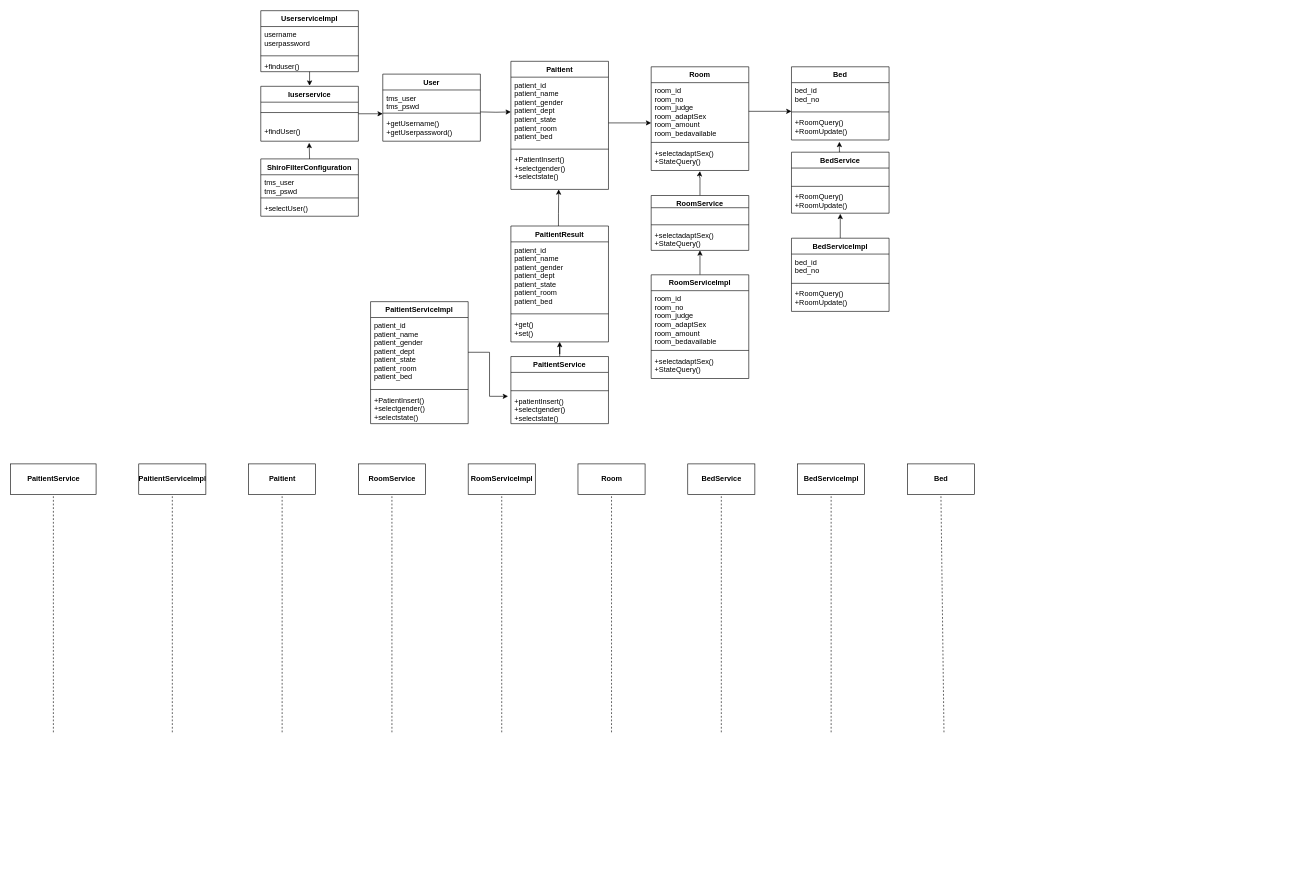
Above: 未命名绘图.drawio in 13545130425/CosmeticsSales (draw.io), before the change. Source tidied: cells renumbered, new cells numbered last; positions are measured from the earlier drawing's top-left corner, leaving out a move shared by most shapes. Both pictures are drawn from the tidied source at 61%, with x=0, y=0 at pixel (10, 10).
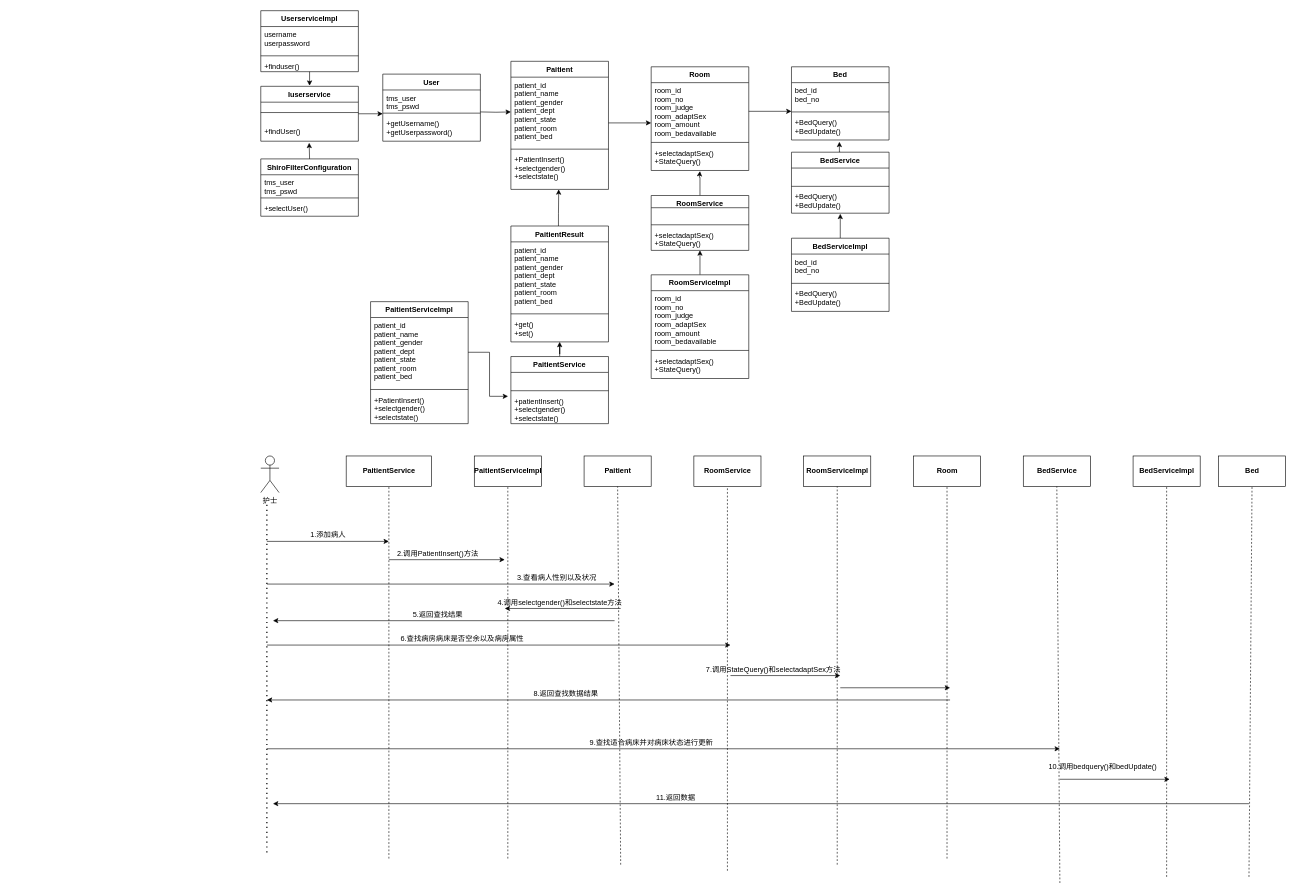
The same diagram, later.

Commit message:
更新未命名绘图.drawio

Unchanged cells that the change refers to:
```xml
<mxCell id="54" value="Bed" style="swimlane;fontStyle=1;align=center;verticalAlign=top;horizontal=1;startSize=26;" parent="1" vertex="1">
  <mxGeometry x="1280" y="92" width="160" height="120" as="geometry" />
</mxCell>
<mxCell id="59" value="BedService" style="swimlane;fontStyle=1;align=center;verticalAlign=top;horizontal=1;startSize=26;" parent="1" vertex="1">
  <mxGeometry x="1280" y="232" width="160" height="100" as="geometry" />
</mxCell>
<mxCell id="64" value="BedServiceImpl" style="swimlane;fontStyle=1;align=center;verticalAlign=top;horizontal=1;startSize=26;" parent="1" vertex="1">
  <mxGeometry x="1280" y="373" width="160" height="120" as="geometry" />
</mxCell>
```

The edit, as a diff of the source:
```diff
@@
-    <mxCell id="57" value="+RoomQuery()&#10;+RoomUpdate()" style="text;strokeColor=none;fillColor=none;align=left;verticalAlign=top;spacingLeft=4;spacingRight=4;overflow=hidden;points=[[0,0.5],[1,0.5]];portConstraint=eastwest;" parent="54" vertex="1">
+    <mxCell id="57" value="+BedQuery()&#10;+BedUpdate()" style="text;strokeColor=none;fillColor=none;align=left;verticalAlign=top;spacingLeft=4;spacingRight=4;overflow=hidden;points=[[0,0.5],[1,0.5]];portConstraint=eastwest;" parent="54" vertex="1">
       <mxGeometry y="78" width="160" height="42" as="geometry" />
     </mxCell>
@@
-    <mxCell id="62" value="+RoomQuery()&#10;+RoomUpdate()" style="text;strokeColor=none;fillColor=none;align=left;verticalAlign=top;spacingLeft=4;spacingRight=4;overflow=hidden;points=[[0,0.5],[1,0.5]];portConstraint=eastwest;" parent="59" vertex="1">
+    <mxCell id="62" value="+BedQuery()&#10;+BedUpdate()" style="text;strokeColor=none;fillColor=none;align=left;verticalAlign=top;spacingLeft=4;spacingRight=4;overflow=hidden;points=[[0,0.5],[1,0.5]];portConstraint=eastwest;" parent="59" vertex="1">
       <mxGeometry y="60" width="160" height="40" as="geometry" />
     </mxCell>
@@
-    <mxCell id="67" value="+RoomQuery()&#10;+RoomUpdate()" style="text;strokeColor=none;fillColor=none;align=left;verticalAlign=top;spacingLeft=4;spacingRight=4;overflow=hidden;" parent="64" vertex="1">
+    <mxCell id="67" value="+BedQuery()&#10;+BedUpdate()" style="text;strokeColor=none;fillColor=none;align=left;verticalAlign=top;spacingLeft=4;spacingRight=4;overflow=hidden;" parent="64" vertex="1">
       <mxGeometry y="78" width="160" height="42" as="geometry" />
     </mxCell>
@@
     <mxCell id="70" value="&lt;span style=&quot;font-weight: 700;&quot;&gt;PaitientService&lt;/span&gt;" style="html=1;" parent="1" vertex="1">
-      <mxGeometry y="743" width="140" height="50" as="geometry" />
+      <mxGeometry x="550" y="730" width="140" height="50" as="geometry" />
     </mxCell>
     <mxCell id="71" value="&lt;span style=&quot;font-weight: 700;&quot;&gt;PaitientServiceImpl&lt;/span&gt;" style="html=1;" parent="1" vertex="1">
-      <mxGeometry x="210" y="743" width="110" height="50" as="geometry" />
+      <mxGeometry x="760" y="730" width="110" height="50" as="geometry" />
     </mxCell>
     <mxCell id="72" value="&lt;span style=&quot;font-weight: 700;&quot;&gt;Paitient&lt;/span&gt;" style="html=1;" parent="1" vertex="1">
-      <mxGeometry x="390" y="743" width="110" height="50" as="geometry" />
+      <mxGeometry x="940" y="730" width="110" height="50" as="geometry" />
     </mxCell>
     <mxCell id="73" value="&lt;span style=&quot;font-weight: 700;&quot;&gt;RoomService&lt;/span&gt;" style="html=1;" parent="1" vertex="1">
-      <mxGeometry x="570" y="743" width="110" height="50" as="geometry" />
+      <mxGeometry x="1120" y="730" width="110" height="50" as="geometry" />
     </mxCell>
     <mxCell id="74" value="&lt;span style=&quot;font-weight: 700;&quot;&gt;RoomServiceImpl&lt;/span&gt;" style="html=1;" parent="1" vertex="1">
-      <mxGeometry x="750" y="743" width="110" height="50" as="geometry" />
+      <mxGeometry x="1300" y="730" width="110" height="50" as="geometry" />
     </mxCell>
     <mxCell id="75" value="&lt;span style=&quot;font-weight: 700;&quot;&gt;Room&lt;/span&gt;" style="html=1;" parent="1" vertex="1">
-      <mxGeometry x="930" y="743" width="110" height="50" as="geometry" />
+      <mxGeometry x="1480" y="730" width="110" height="50" as="geometry" />
     </mxCell>
     <mxCell id="76" value="&lt;span style=&quot;font-weight: 700;&quot;&gt;BedService&lt;/span&gt;" style="html=1;" parent="1" vertex="1">
-      <mxGeometry x="1110" y="743" width="110" height="50" as="geometry" />
+      <mxGeometry x="1660" y="730" width="110" height="50" as="geometry" />
     </mxCell>
     <mxCell id="77" value="&lt;span style=&quot;font-weight: 700;&quot;&gt;BedServiceImpl&lt;/span&gt;" style="html=1;" parent="1" vertex="1">
-      <mxGeometry x="1290" y="743" width="110" height="50" as="geometry" />
+      <mxGeometry x="1840" y="730" width="110" height="50" as="geometry" />
     </mxCell>
     <mxCell id="78" value="&lt;span style=&quot;font-weight: 700;&quot;&gt;Bed&lt;/span&gt;" style="html=1;" parent="1" vertex="1">
-      <mxGeometry x="1470" y="743" width="110" height="50" as="geometry" />
+      <mxGeometry x="1980" y="730" width="110" height="50" as="geometry" />
     </mxCell>
     <mxCell id="79" style="endArrow=none;dashed=1;html=1;rounded=0;entryX=0.5;entryY=1;entryDx=0;entryDy=0;" parent="1" edge="1" target="70">
       <mxGeometry relative="1" as="geometry">
-        <mxPoint x="70" y="1183" as="sourcePoint" />
+        <mxPoint x="620" y="1390" as="sourcePoint" />
       </mxGeometry>
     </mxCell>
     <mxCell id="80" style="endArrow=none;dashed=1;html=1;rounded=0;entryX=0.5;entryY=1;entryDx=0;entryDy=0;" parent="1" edge="1" target="71">
       <mxGeometry relative="1" as="geometry">
-        <mxPoint x="265" y="1183" as="sourcePoint" />
+        <mxPoint x="815" y="1390" as="sourcePoint" />
       </mxGeometry>
     </mxCell>
     <mxCell id="81" style="endArrow=none;dashed=1;html=1;rounded=0;entryX=0.5;entryY=1;entryDx=0;entryDy=0;" parent="1" edge="1" target="72">
       <mxGeometry relative="1" as="geometry">
-        <mxPoint x="445" y="1183" as="sourcePoint" />
+        <mxPoint x="1000" y="1400" as="sourcePoint" />
       </mxGeometry>
     </mxCell>
     <mxCell id="82" style="endArrow=none;dashed=1;html=1;rounded=0;entryX=0.5;entryY=1;entryDx=0;entryDy=0;" parent="1" edge="1" target="73">
       <mxGeometry relative="1" as="geometry">
-        <mxPoint x="625" y="1183" as="sourcePoint" />
+        <mxPoint x="1175" y="1410" as="sourcePoint" />
       </mxGeometry>
     </mxCell>
     <mxCell id="83" style="endArrow=none;dashed=1;html=1;rounded=0;entryX=0.5;entryY=1;entryDx=0;entryDy=0;" parent="1" edge="1" target="74">
       <mxGeometry relative="1" as="geometry">
-        <mxPoint x="805" y="1183" as="sourcePoint" />
+        <mxPoint x="1355" y="1400" as="sourcePoint" />
       </mxGeometry>
     </mxCell>
     <mxCell id="84" style="endArrow=none;dashed=1;html=1;rounded=0;entryX=0.5;entryY=1;entryDx=0;entryDy=0;" parent="1" edge="1" target="75">
       <mxGeometry relative="1" as="geometry">
-        <mxPoint x="985" y="1183" as="sourcePoint" />
+        <mxPoint x="1535" y="1390" as="sourcePoint" />
       </mxGeometry>
     </mxCell>
     <mxCell id="85" style="endArrow=none;dashed=1;html=1;rounded=0;entryX=0.5;entryY=1;entryDx=0;entryDy=0;" parent="1" edge="1" target="76">
       <mxGeometry relative="1" as="geometry">
-        <mxPoint x="1165" y="1183" as="sourcePoint" />
+        <mxPoint x="1720" y="1430" as="sourcePoint" />
       </mxGeometry>
     </mxCell>
     <mxCell id="86" style="endArrow=none;dashed=1;html=1;rounded=0;entryX=0.5;entryY=1;entryDx=0;entryDy=0;" parent="1" edge="1" target="77">
       <mxGeometry relative="1" as="geometry">
-        <mxPoint x="1345" y="1183" as="sourcePoint" />
+        <mxPoint x="1895" y="1420" as="sourcePoint" />
       </mxGeometry>
     </mxCell>
     <mxCell id="87" style="endArrow=none;dashed=1;html=1;rounded=0;entryX=0.5;entryY=1;entryDx=0;entryDy=0;" parent="1" edge="1" target="78">
       <mxGeometry relative="1" as="geometry">
-        <mxPoint x="1530" y="1183" as="sourcePoint" />
+        <mxPoint x="2030" y="1420" as="sourcePoint" />
       </mxGeometry>
     </mxCell>
+    <mxCell id="88" value="护士" style="shape=umlActor;verticalLabelPosition=bottom;verticalAlign=top;html=1;" parent="1" vertex="1">
+      <mxGeometry x="410" y="730" width="30" height="60" as="geometry" />
+    </mxCell>
+    <mxCell id="89" style="endArrow=none;dashed=1;html=1;dashPattern=1 3;strokeWidth=2;rounded=0;elbow=vertical;" parent="1" edge="1">
+      <mxGeometry relative="1" as="geometry">
+        <mxPoint x="420" y="1380" as="sourcePoint" />
+        <mxPoint x="420" y="810" as="targetPoint" />
+        <Array as="points">
+          <mxPoint x="420" y="850" />
+        </Array>
+      </mxGeometry>
+    </mxCell>
+    <mxCell id="90" style="endArrow=classic;html=1;rounded=0;elbow=vertical;" parent="1" edge="1">
+      <mxGeometry relative="1" as="geometry">
+        <mxPoint x="420" y="870" as="sourcePoint" />
+        <mxPoint x="620" y="870" as="targetPoint" />
+        <Array as="points">
+          <mxPoint x="540" y="870" />
+        </Array>
+      </mxGeometry>
+    </mxCell>
+    <mxCell id="91" value="1.添加病人" style="text;html=1;align=center;verticalAlign=middle;strokeColor=none;fillColor=none;" parent="1" vertex="1">
+      <mxGeometry x="485" y="850" width="70" height="20" as="geometry" />
+    </mxCell>
+    <mxCell id="92" style="endArrow=classic;html=1;rounded=0;elbow=vertical;" parent="1" edge="1">
+      <mxGeometry relative="1" as="geometry">
+        <mxPoint x="620" y="900" as="sourcePoint" />
+        <mxPoint x="810" y="900" as="targetPoint" />
+      </mxGeometry>
+    </mxCell>
+    <mxCell id="93" value="2.调用PatientInsert()方法" style="text;html=1;align=center;verticalAlign=middle;strokeColor=none;fillColor=none;" parent="1" vertex="1">
+      <mxGeometry x="625" y="880" width="150" height="20" as="geometry" />
+    </mxCell>
+    <mxCell id="94" style="endArrow=classic;html=1;rounded=0;elbow=vertical;" parent="1" edge="1">
+      <mxGeometry relative="1" as="geometry">
+        <mxPoint x="420" y="940" as="sourcePoint" />
+        <mxPoint x="990" y="940" as="targetPoint" />
+      </mxGeometry>
+    </mxCell>
+    <mxCell id="95" value="3.查看病人性别以及状况" style="text;html=1;align=center;verticalAlign=middle;strokeColor=none;fillColor=none;" parent="1" vertex="1">
+      <mxGeometry x="820" y="920" width="150" height="20" as="geometry" />
+    </mxCell>
+    <mxCell id="96" style="endArrow=classic;html=1;rounded=0;elbow=vertical;" parent="1" edge="1">
+      <mxGeometry relative="1" as="geometry">
+        <mxPoint x="1000" y="980" as="sourcePoint" />
+        <mxPoint x="810" y="980" as="targetPoint" />
+      </mxGeometry>
+    </mxCell>
+    <mxCell id="97" value="4.调用selectgender()和selectstate方法" style="text;html=1;align=center;verticalAlign=middle;strokeColor=none;fillColor=none;" parent="1" vertex="1">
+      <mxGeometry x="790" y="960" width="220" height="20" as="geometry" />
+    </mxCell>
+    <mxCell id="98" style="endArrow=classic;html=1;rounded=0;elbow=vertical;" parent="1" edge="1">
+      <mxGeometry relative="1" as="geometry">
+        <mxPoint x="420" y="1040" as="sourcePoint" />
+        <mxPoint x="1180" y="1040" as="targetPoint" />
+      </mxGeometry>
+    </mxCell>
+    <mxCell id="99" style="endArrow=classic;html=1;rounded=0;elbow=vertical;" parent="1" edge="1">
+      <mxGeometry relative="1" as="geometry">
+        <mxPoint x="990" y="1000" as="sourcePoint" />
+        <mxPoint x="430" y="1000" as="targetPoint" />
+      </mxGeometry>
+    </mxCell>
+    <mxCell id="100" value="5.返回查找结果" style="text;html=1;align=center;verticalAlign=middle;strokeColor=none;fillColor=none;" parent="1" vertex="1">
+      <mxGeometry x="650" y="980" width="100" height="20" as="geometry" />
+    </mxCell>
+    <mxCell id="101" value="6.查找病房病床是否空余以及病房属性" style="text;html=1;align=center;verticalAlign=middle;strokeColor=none;fillColor=none;" parent="1" vertex="1">
+      <mxGeometry x="630" y="1020" width="220" height="20" as="geometry" />
+    </mxCell>
+    <mxCell id="102" style="endArrow=classic;html=1;rounded=0;elbow=vertical;" parent="1" edge="1">
+      <mxGeometry relative="1" as="geometry">
+        <mxPoint x="1180" y="1090" as="sourcePoint" />
+        <mxPoint x="1360" y="1090" as="targetPoint" />
+      </mxGeometry>
+    </mxCell>
+    <mxCell id="103" value="7.调用StateQuery()和selectadaptSex方法" style="text;html=1;align=center;verticalAlign=middle;strokeColor=none;fillColor=none;" parent="1" vertex="1">
+      <mxGeometry x="1130" y="1070" width="240" height="20" as="geometry" />
+    </mxCell>
+    <mxCell id="104" style="endArrow=classic;html=1;rounded=0;elbow=vertical;" parent="1" edge="1">
+      <mxGeometry relative="1" as="geometry">
+        <mxPoint x="1360" y="1110" as="sourcePoint" />
+        <mxPoint x="1540" y="1110" as="targetPoint" />
+      </mxGeometry>
+    </mxCell>
+    <mxCell id="105" style="endArrow=classic;html=1;rounded=0;elbow=vertical;" parent="1" edge="1">
+      <mxGeometry relative="1" as="geometry">
+        <mxPoint x="1540" y="1130" as="sourcePoint" />
+        <mxPoint x="420" y="1130" as="targetPoint" />
+      </mxGeometry>
+    </mxCell>
+    <mxCell id="106" value="8.返回查找数据结果" style="text;html=1;align=center;verticalAlign=middle;strokeColor=none;fillColor=none;" parent="1" vertex="1">
+      <mxGeometry x="850" y="1110" width="120" height="20" as="geometry" />
+    </mxCell>
+    <mxCell id="107" style="endArrow=classic;html=1;rounded=0;elbow=vertical;" parent="1" edge="1">
+      <mxGeometry relative="1" as="geometry">
+        <mxPoint x="420" y="1210" as="sourcePoint" />
+        <mxPoint x="1720" y="1210" as="targetPoint" />
+      </mxGeometry>
+    </mxCell>
+    <mxCell id="108" value="9.查找适合病床并对病床状态进行更新" style="text;html=1;align=center;verticalAlign=middle;strokeColor=none;fillColor=none;" parent="1" vertex="1">
+      <mxGeometry x="940" y="1190" width="220" height="20" as="geometry" />
+    </mxCell>
+    <mxCell id="109" style="endArrow=classic;html=1;rounded=0;elbow=vertical;" parent="1" edge="1">
+      <mxGeometry relative="1" as="geometry">
+        <mxPoint x="1720" y="1260" as="sourcePoint" />
+        <mxPoint x="1900" y="1260" as="targetPoint" />
+      </mxGeometry>
+    </mxCell>
+    <mxCell id="110" value="10.调用bedquery()和bedUpdate()" style="text;html=1;align=center;verticalAlign=middle;strokeColor=none;fillColor=none;" parent="1" vertex="1">
+      <mxGeometry x="1695" y="1230" width="190" height="20" as="geometry" />
+    </mxCell>
+    <mxCell id="111" style="endArrow=classic;html=1;rounded=0;elbow=vertical;" parent="1" edge="1">
+      <mxGeometry relative="1" as="geometry">
+        <mxPoint x="2030" y="1300" as="sourcePoint" />
+        <mxPoint x="430" y="1300" as="targetPoint" />
+      </mxGeometry>
+    </mxCell>
+    <mxCell id="112" value="11.返回数据" style="text;html=1;align=center;verticalAlign=middle;strokeColor=none;fillColor=none;" parent="1" vertex="1">
+      <mxGeometry x="1050" y="1280" width="80" height="20" as="geometry" />
+    </mxCell>
```
